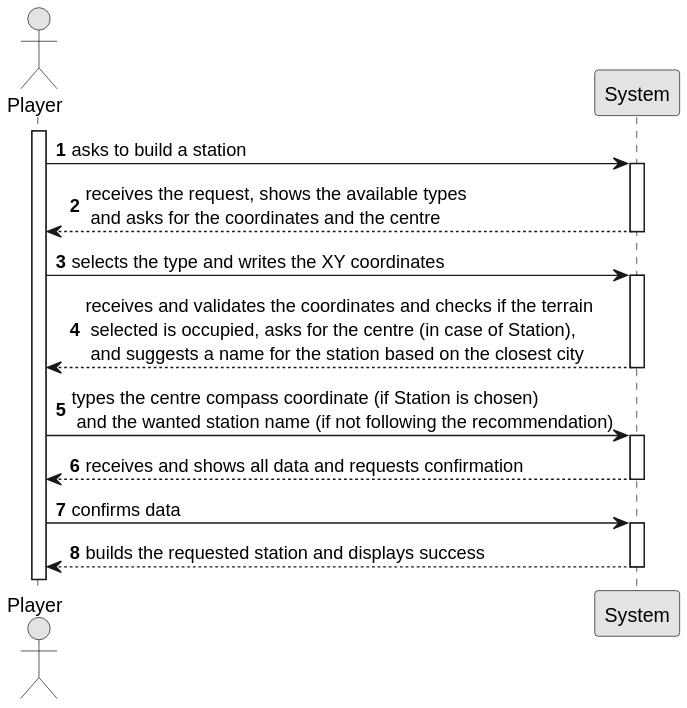
This is Sprint2/US005/01.requirements-engineering/svg/US005-SSD.svg from 1240935/pi2-railway-simulator, a PlantUML export, as it was before one commit.
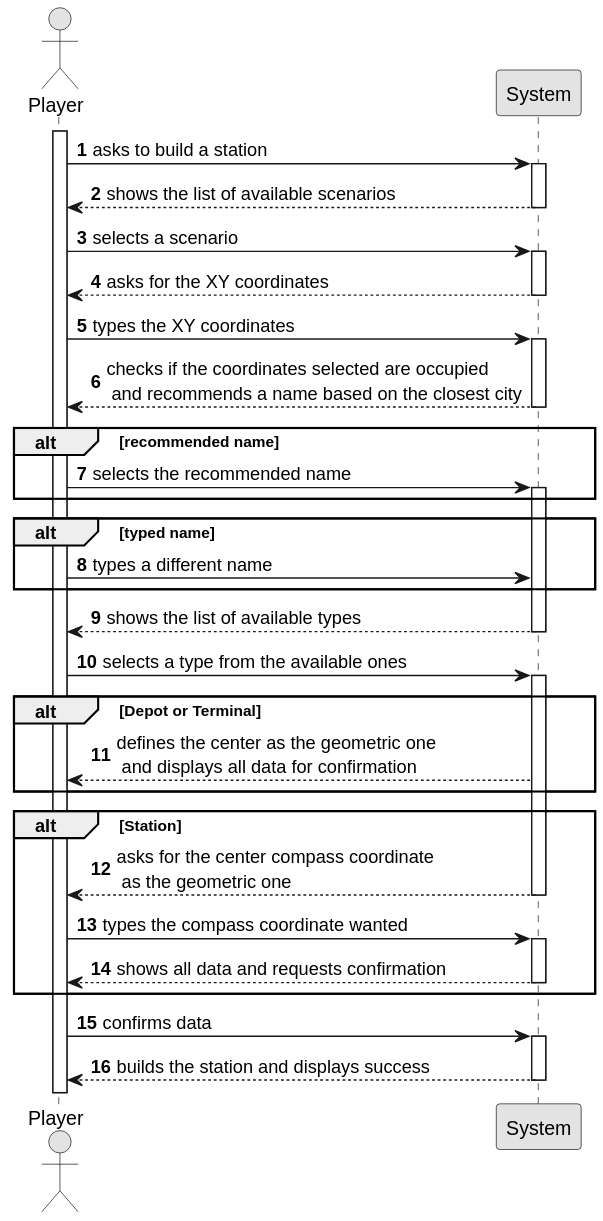
The same file after the commit.

Change to the diagram source:
```diff
@@ -13,24 +13,62 @@
     Player -> System : asks to build a station
     activate System
 
-        System --> Player : receives the request, shows the available types \n and asks for the coordinates and the centre
+    System --> Player : shows the list of available scenarios
     deactivate System
 
-    Player -> System : selects the type and writes the XY coordinates
+    Player -> System : selects a scenario
     activate System
 
-        System --> Player : receives and validates the coordinates and checks if the terrain \n selected is occupied, asks for the centre (in case of Station), \n and suggests a name for the station based on the closest city
+    System --> Player : asks for the XY coordinates
     deactivate System
 
-    Player -> System : types the centre compass coordinate (if Station is chosen)\n and the wanted station name (if not following the recommendation)
+    Player -> System : types the XY coordinates
     activate System
 
-    System --> Player : receives and shows all data and requests confirmation
+    System --> Player : checks if the coordinates selected are occupied \n and recommends a name based on the closest city
+    deactivate System
+
+    alt recommended name
+
+    Player -> System : selects the recommended name
+    activate System
+
+    end alt
+
+    alt typed name
+
+    Player -> System : types a different name
+
+    end alt
+
+    System --> Player: shows the list of available types
+    deactivate System
+
+    Player -> System : selects a type from the available ones
+    activate System
+
+    alt Depot or Terminal
+
+    System --> Player: defines the center as the geometric one \n and displays all data for confirmation
+
+    end alt
+
+    alt Station
+
+        System --> Player: asks for the center compass coordinate \n as the geometric one
         deactivate System
+
+        Player -> System : types the compass coordinate wanted
+        activate System
+
+        System --> Player: shows all data and requests confirmation
+        deactivate System
+
+    end alt
 
         Player -> System : confirms data
         activate System
 
-        System --> Player : builds the requested station and displays success
+        System --> Player : builds the station and displays success
         deactivate System
 @enduml
```
